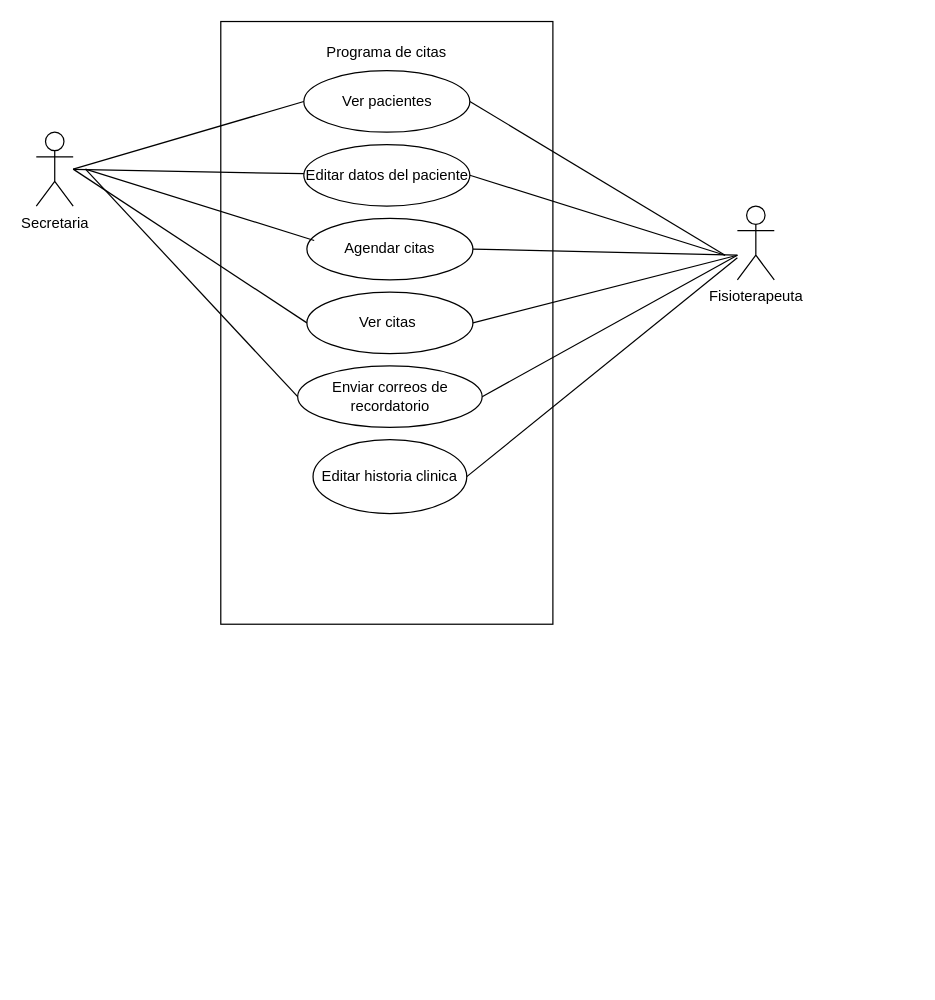
MDLeon17/PROYECTO-2 keeps this draw.io diagram as diagrama de casos.drawio.xml. Above is the earlier version. Source tidied: cells renumbered, new cells numbered last; positions are measured from the earlier drawing's top-left corner, leaving out a move shared by most shapes. Both pictures are drawn from the tidied source at 123%, with x=0, y=0 at pixel (36, 21).
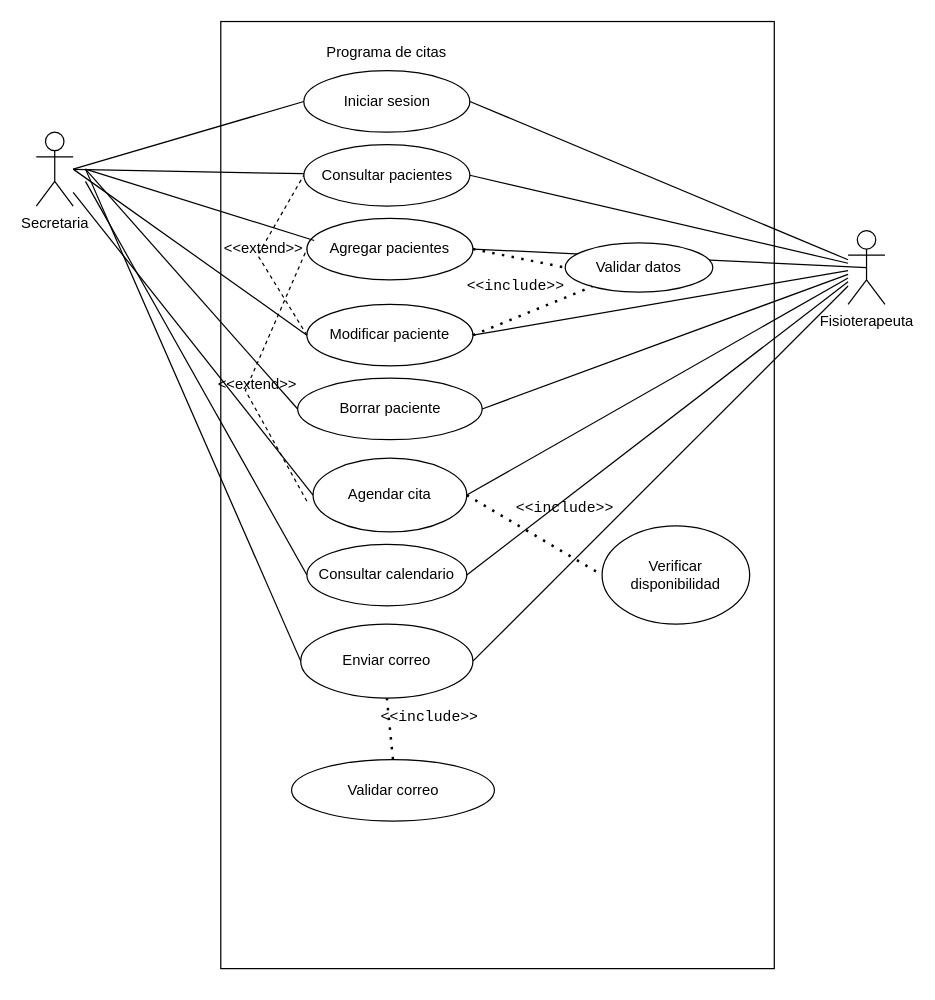
After the change.

Commit message:
Cambio de diagrama

Unchanged cells that the change refers to:
```xml
<mxCell id="2" value="Secretaria" style="shape=umlActor;verticalLabelPosition=bottom;verticalAlign=top;html=1;outlineConnect=0;" parent="1" vertex="1">
  <mxGeometry y="90" width="30" height="60" as="geometry" />
</mxCell>
```

Change to the diagram source:
```diff
@@
     <mxCell id="3" style="rounded=0;whiteSpace=wrap;html=1;" parent="1" vertex="1">
-      <mxGeometry x="150" width="270" height="490" as="geometry" />
+      <mxGeometry x="150" width="450" height="770" as="geometry" />
     </mxCell>
@@
-    <mxCell id="5" value="Ver pacientes" style="ellipse;whiteSpace=wrap;html=1;" parent="1" vertex="1">
+    <mxCell id="5" value="Iniciar sesion" style="ellipse;whiteSpace=wrap;html=1;" parent="1" vertex="1">
       <mxGeometry x="217.5" y="40" width="135" height="50" as="geometry" />
     </mxCell>
-    <mxCell id="6" value="Editar datos del paciente" style="ellipse;whiteSpace=wrap;html=1;" parent="1" vertex="1">
+    <mxCell id="6" value="Consultar pacientes" style="ellipse;whiteSpace=wrap;html=1;" parent="1" vertex="1">
       <mxGeometry x="217.5" y="100" width="135" height="50" as="geometry" />
     </mxCell>
-    <mxCell id="7" value="Agendar citas" style="ellipse;whiteSpace=wrap;html=1;" parent="1" vertex="1">
+    <mxCell id="7" value="Agregar pacientes" style="ellipse;whiteSpace=wrap;html=1;" parent="1" vertex="1">
       <mxGeometry x="220" y="160" width="135" height="50" as="geometry" />
     </mxCell>
-    <mxCell id="8" value="Ver citas&amp;nbsp;" style="ellipse;whiteSpace=wrap;html=1;" parent="1" vertex="1">
-      <mxGeometry x="220" y="220" width="135" height="50" as="geometry" />
+    <mxCell id="8" value="Modificar paciente" style="ellipse;whiteSpace=wrap;html=1;" parent="1" vertex="1">
+      <mxGeometry x="220" y="230" width="135" height="50" as="geometry" />
     </mxCell>
-    <mxCell id="9" value="Enviar correos de recordatorio" style="ellipse;whiteSpace=wrap;html=1;" parent="1" vertex="1">
-      <mxGeometry x="212.5" y="280" width="150" height="50" as="geometry" />
+    <mxCell id="9" value="Borrar paciente" style="ellipse;whiteSpace=wrap;html=1;" parent="1" vertex="1">
+      <mxGeometry x="212.5" y="290" width="150" height="50" as="geometry" />
     </mxCell>
-    <mxCell id="10" value="Editar historia clinica" style="ellipse;whiteSpace=wrap;html=1;" parent="1" vertex="1">
-      <mxGeometry x="225" y="340" width="125" height="60" as="geometry" />
+    <mxCell id="10" value="Agendar cita" style="ellipse;whiteSpace=wrap;html=1;" parent="1" vertex="1">
+      <mxGeometry x="225" y="355" width="125" height="60" as="geometry" />
     </mxCell>
@@
     <mxCell id="16" value="Fisioterapeuta" style="shape=umlActor;verticalLabelPosition=bottom;verticalAlign=top;html=1;outlineConnect=0;" parent="1" vertex="1">
-      <mxGeometry x="570" y="150" width="30" height="60" as="geometry" />
+      <mxGeometry x="660" y="170" width="30" height="60" as="geometry" />
     </mxCell>
@@
-    <mxCell id="18" style="endArrow=none;html=1;rounded=0;exitX=1;exitY=0.5;exitDx=0;exitDy=0;" parent="1" edge="1" source="9">
-      <mxGeometry relative="1" as="geometry">
-        <mxPoint x="570" y="190" as="targetPoint" />
-      </mxGeometry>
+    <mxCell id="18" style="endArrow=none;html=1;rounded=0;exitX=1;exitY=0.5;exitDx=0;exitDy=0;" parent="1" edge="1" source="9" target="16">
+      <mxGeometry relative="1" as="geometry" />
     </mxCell>
-    <mxCell id="19" style="endArrow=none;html=1;rounded=0;exitX=1;exitY=0.5;exitDx=0;exitDy=0;" parent="1" edge="1" source="8">
-      <mxGeometry relative="1" as="geometry">
-        <mxPoint x="570" y="190" as="targetPoint" />
-      </mxGeometry>
+    <mxCell id="19" style="endArrow=none;html=1;rounded=0;exitX=1;exitY=0.5;exitDx=0;exitDy=0;" parent="1" edge="1" source="8" target="16">
+      <mxGeometry relative="1" as="geometry" />
     </mxCell>
-    <mxCell id="20" style="endArrow=none;html=1;rounded=0;exitX=1;exitY=0.5;exitDx=0;exitDy=0;" parent="1" edge="1" source="7">
-      <mxGeometry relative="1" as="geometry">
-        <mxPoint x="570" y="190" as="targetPoint" />
-      </mxGeometry>
+    <mxCell id="20" style="endArrow=none;html=1;rounded=0;exitX=1;exitY=0.5;exitDx=0;exitDy=0;entryX=0.5;entryY=0.5;entryDx=0;entryDy=0;entryPerimeter=0;" parent="1" edge="1" source="7" target="16">
+      <mxGeometry relative="1" as="geometry" />
     </mxCell>
-    <mxCell id="21" style="endArrow=none;html=1;rounded=0;exitX=1;exitY=0.5;exitDx=0;exitDy=0;" parent="1" edge="1" source="6">
-      <mxGeometry relative="1" as="geometry">
-        <mxPoint x="560" y="190" as="targetPoint" />
-      </mxGeometry>
+    <mxCell id="21" style="endArrow=none;html=1;rounded=0;exitX=1;exitY=0.5;exitDx=0;exitDy=0;" parent="1" edge="1" source="6" target="16">
+      <mxGeometry relative="1" as="geometry" />
     </mxCell>
-    <mxCell id="22" style="endArrow=none;html=1;rounded=0;exitX=1;exitY=0.5;exitDx=0;exitDy=0;" parent="1" edge="1" source="5">
-      <mxGeometry relative="1" as="geometry">
-        <mxPoint x="560" y="190" as="targetPoint" />
-      </mxGeometry>
+    <mxCell id="22" style="endArrow=none;html=1;rounded=0;exitX=1;exitY=0.5;exitDx=0;exitDy=0;" parent="1" edge="1" source="5" target="16">
+      <mxGeometry relative="1" as="geometry" />
     </mxCell>
+    <mxCell id="23" value="Consultar calendario" style="ellipse;whiteSpace=wrap;html=1;" parent="1" vertex="1">
+      <mxGeometry x="220" y="425" width="130" height="50" as="geometry" />
+    </mxCell>
+    <mxCell id="24" value="Enviar correo" style="ellipse;whiteSpace=wrap;html=1;" parent="1" vertex="1">
+      <mxGeometry x="215" y="490" width="140" height="60" as="geometry" />
+    </mxCell>
+    <mxCell id="25" style="endArrow=none;html=1;rounded=0;exitX=1;exitY=0.5;exitDx=0;exitDy=0;" parent="1" edge="1" source="23" target="16">
+      <mxGeometry relative="1" as="geometry" />
+    </mxCell>
+    <mxCell id="26" style="endArrow=none;html=1;rounded=0;exitX=1;exitY=0.5;exitDx=0;exitDy=0;" parent="1" edge="1" source="24" target="16">
+      <mxGeometry relative="1" as="geometry" />
+    </mxCell>
+    <mxCell id="27" style="endArrow=none;html=1;rounded=0;entryX=0;entryY=0.5;entryDx=0;entryDy=0;" parent="1" edge="1" source="2" target="10">
+      <mxGeometry relative="1" as="geometry" />
+    </mxCell>
+    <mxCell id="28" style="endArrow=none;html=1;rounded=0;entryX=0;entryY=0.5;entryDx=0;entryDy=0;" parent="1" edge="1" target="23">
+      <mxGeometry relative="1" as="geometry">
+        <mxPoint x="40" y="130" as="sourcePoint" />
+      </mxGeometry>
+    </mxCell>
+    <mxCell id="29" style="endArrow=none;html=1;rounded=0;entryX=0;entryY=0.5;entryDx=0;entryDy=0;" parent="1" edge="1" target="24">
+      <mxGeometry relative="1" as="geometry">
+        <mxPoint x="40" y="120" as="sourcePoint" />
+      </mxGeometry>
+    </mxCell>
+    <mxCell id="30" value="Validar datos" style="ellipse;whiteSpace=wrap;html=1;" parent="1" vertex="1">
+      <mxGeometry x="430" y="180" width="120" height="40" as="geometry" />
+    </mxCell>
+    <mxCell id="31" style="endArrow=none;dashed=1;html=1;dashPattern=1 3;strokeWidth=2;rounded=0;entryX=0;entryY=0.5;entryDx=0;entryDy=0;exitX=1;exitY=0.5;exitDx=0;exitDy=0;" parent="1" edge="1" source="7" target="30">
+      <mxGeometry relative="1" as="geometry" />
+    </mxCell>
+    <mxCell id="32" style="endArrow=none;dashed=1;html=1;dashPattern=1 3;strokeWidth=2;rounded=0;exitX=1;exitY=0.5;exitDx=0;exitDy=0;" parent="1" edge="1" source="8" target="30">
+      <mxGeometry relative="1" as="geometry" />
+    </mxCell>
+    <mxCell id="33" value="&lt;code&gt;&amp;lt;&amp;lt;include&amp;gt;&amp;gt;&lt;/code&gt;" style="text;html=1;whiteSpace=wrap;strokeColor=none;fillColor=none;align=center;verticalAlign=middle;rounded=0;" parent="1" vertex="1">
+      <mxGeometry x="360" y="200" width="60" height="30" as="geometry" />
+    </mxCell>
+    <mxCell id="34" value="Verificar disponibilidad" style="ellipse;whiteSpace=wrap;html=1;" parent="1" vertex="1">
+      <mxGeometry x="460" y="410" width="120" height="80" as="geometry" />
+    </mxCell>
+    <mxCell id="35" style="endArrow=none;dashed=1;html=1;dashPattern=1 3;strokeWidth=2;rounded=0;entryX=0;entryY=0.5;entryDx=0;entryDy=0;exitX=1;exitY=0.5;exitDx=0;exitDy=0;" parent="1" edge="1" source="10" target="34">
+      <mxGeometry relative="1" as="geometry" />
+    </mxCell>
+    <mxCell id="36" value="&lt;code&gt;&amp;lt;&amp;lt;include&amp;gt;&amp;gt;&lt;/code&gt;" style="text;html=1;whiteSpace=wrap;strokeColor=none;fillColor=none;align=center;verticalAlign=middle;rounded=0;" parent="1" vertex="1">
+      <mxGeometry x="400" y="380" width="60" height="30" as="geometry" />
+    </mxCell>
+    <mxCell id="37" value="Validar correo" style="ellipse;whiteSpace=wrap;html=1;" parent="1" vertex="1">
+      <mxGeometry x="207.5" y="600" width="165" height="50" as="geometry" />
+    </mxCell>
+    <mxCell id="38" style="endArrow=none;dashed=1;html=1;dashPattern=1 3;strokeWidth=2;rounded=0;exitX=0.5;exitY=1;exitDx=0;exitDy=0;entryX=0.5;entryY=0;entryDx=0;entryDy=0;" parent="1" edge="1" source="24" target="37">
+      <mxGeometry relative="1" as="geometry" />
+    </mxCell>
+    <mxCell id="39" value="&lt;code&gt;&amp;lt;&amp;lt;include&amp;gt;&amp;gt;&lt;/code&gt;" style="text;html=1;whiteSpace=wrap;strokeColor=none;fillColor=none;align=center;verticalAlign=middle;rounded=0;" parent="1" vertex="1">
+      <mxGeometry x="290" y="550" width="60" height="30" as="geometry" />
+    </mxCell>
+    <mxCell id="40" style="endArrow=none;dashed=1;html=1;rounded=0;exitX=0;exitY=0.5;exitDx=0;exitDy=0;entryX=0;entryY=0.5;entryDx=0;entryDy=0;" parent="1" edge="1" source="8" target="6">
+      <mxGeometry relative="1" as="geometry">
+        <Array as="points">
+          <mxPoint x="180" y="190" />
+        </Array>
+      </mxGeometry>
+    </mxCell>
+    <mxCell id="41" value="&amp;lt;&amp;lt;extend&amp;gt;&amp;gt;" style="text;html=1;whiteSpace=wrap;strokeColor=none;fillColor=none;align=center;verticalAlign=middle;rounded=0;" parent="1" vertex="1">
+      <mxGeometry x="155" y="170" width="60" height="30" as="geometry" />
+    </mxCell>
+    <mxCell id="42" style="endArrow=none;dashed=1;html=1;rounded=0;entryX=0;entryY=0.5;entryDx=0;entryDy=0;" parent="1" edge="1" target="7">
+      <mxGeometry relative="1" as="geometry">
+        <mxPoint x="220" y="390" as="sourcePoint" />
+        <Array as="points">
+          <mxPoint x="170" y="300" />
+        </Array>
+      </mxGeometry>
+    </mxCell>
+    <mxCell id="43" value="&amp;lt;&amp;lt;extend&amp;gt;&amp;gt;" style="text;html=1;whiteSpace=wrap;strokeColor=none;fillColor=none;align=center;verticalAlign=middle;rounded=0;" parent="1" vertex="1">
+      <mxGeometry x="150" y="280" width="60" height="30" as="geometry" />
+    </mxCell>
+    <mxCell id="44" style="edgeStyle=orthogonalEdgeStyle;rounded=0;orthogonalLoop=1;jettySize=auto;html=1;exitX=0.5;exitY=1;exitDx=0;exitDy=0;" parent="1" edge="1" source="3" target="3">
+      <mxGeometry relative="1" as="geometry" />
+    </mxCell>
```
